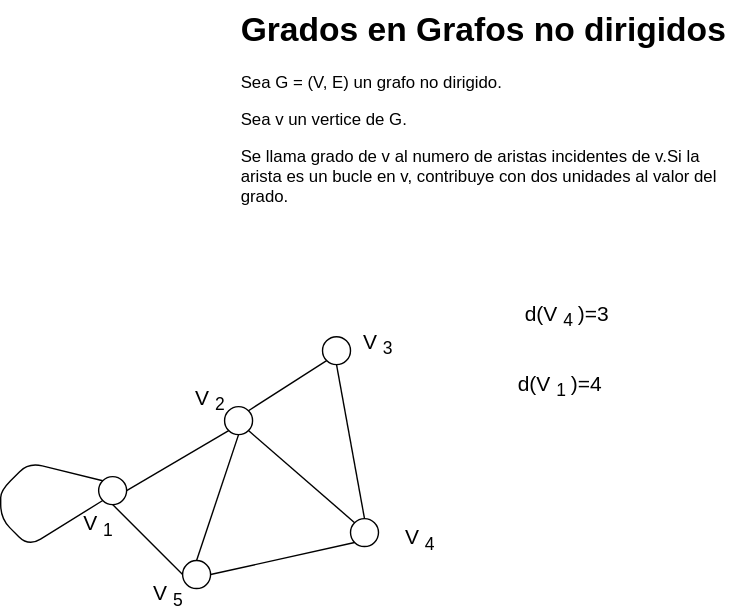
Above: Estructura-de-datos/Grafos/Grado-Grafo-nodir.drawio.svg in Nordcode-cyber/Algoritmos-Estructdatos (draw.io), before the change. Source tidied: cells renumbered, new cells last; positions are measured from the earlier drawing's top-left corner, leaving out a move shared by most shapes.
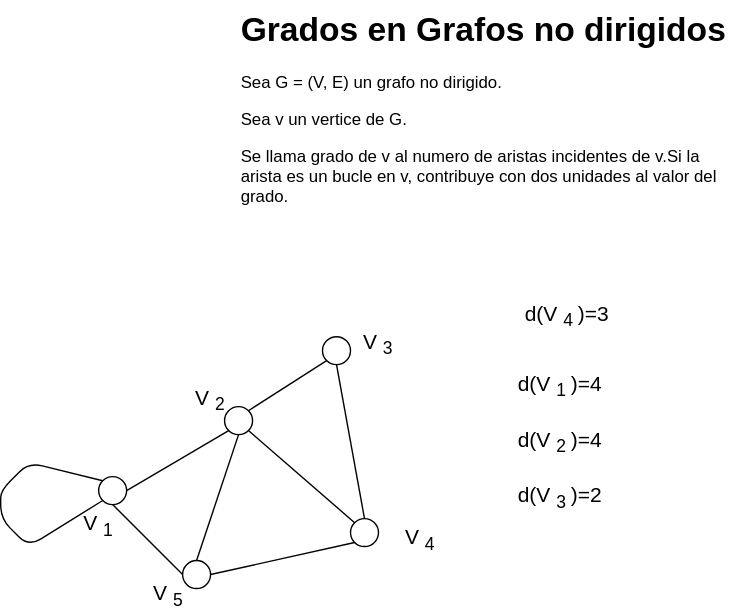
Later version of the same file.

What changed in the source:
```diff
@@ -72,5 +72,11 @@
     <mxCell id="22" value="&lt;font style=&quot;font-size: 15px; color: light-dark(rgb(0, 0, 0), rgb(0, 255, 128));&quot;&gt;d(V&lt;sub&gt;1&lt;/sub&gt;)=4&lt;/font&gt;" style="text;html=1;align=center;verticalAlign=middle;whiteSpace=wrap;rounded=0;" parent="1" vertex="1">
       <mxGeometry x="350" y="260" width="100" height="30" as="geometry" />
     </mxCell>
+    <mxCell id="23" value="&lt;font style=&quot;font-size: 15px; color: light-dark(rgb(0, 0, 0), rgb(0, 255, 128));&quot;&gt;d(V&lt;sub&gt;2&lt;/sub&gt;)=4&lt;/font&gt;" style="text;html=1;align=center;verticalAlign=middle;whiteSpace=wrap;rounded=0;" parent="1" vertex="1">
+      <mxGeometry x="350" y="300" width="100" height="30" as="geometry" />
+    </mxCell>
+    <mxCell id="24" value="&lt;font style=&quot;font-size: 15px; color: light-dark(rgb(0, 0, 0), rgb(0, 255, 128));&quot;&gt;d(V&lt;sub&gt;3&lt;/sub&gt;)=2&lt;/font&gt;" style="text;html=1;align=center;verticalAlign=middle;whiteSpace=wrap;rounded=0;" parent="1" vertex="1">
+      <mxGeometry x="350" y="340" width="100" height="30" as="geometry" />
+    </mxCell>
   </root>
 </mxGraphModel>
```
